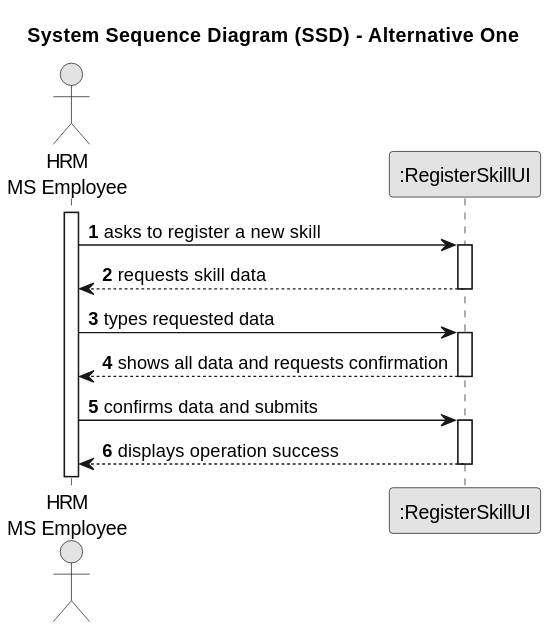
Earlier version of the PlantUML export docs/sprintA/us001/01.requirements-engineering/svg/us001-system-sequence-diagram.svg (Rui-San/LAPR2_2023_2024). Source of this version:
```plantuml
@startuml
skinparam monochrome true
skinparam packageStyle rectangle
skinparam shadowing false

title System Sequence Diagram (SSD) - Alternative One

autonumber

actor "HRM\nMS Employee" as Employee
participant ":RegisterSkillUI" as System

activate Employee

    Employee -> System : asks to register a new skill
    activate System

        System --> Employee : requests skill data
    deactivate System

    Employee -> System : types requested data
    activate System

        System --> Employee : shows all data and requests confirmation
    deactivate System

    Employee -> System : confirms data and submits
    activate System

        System --> Employee : displays operation success
    deactivate System
@enduml
```
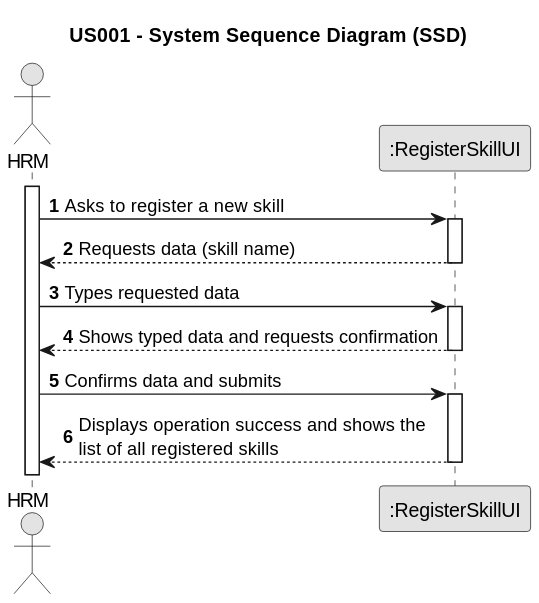
After the commit.

The edit, as a diff of the source:
```diff
@@ -3,30 +3,30 @@
 skinparam packageStyle rectangle
 skinparam shadowing false
 
-title System Sequence Diagram (SSD) - Alternative One
+title US001 - System Sequence Diagram (SSD)
 
 autonumber
 
-actor "HRM\nMS Employee" as Employee
+actor "HRM" as Employee
 participant ":RegisterSkillUI" as System
 
 activate Employee
 
-    Employee -> System : asks to register a new skill
+    Employee -> System : Asks to register a new skill
     activate System
 
-        System --> Employee : requests skill data
+        System --> Employee : Requests data (skill name)
     deactivate System
 
-    Employee -> System : types requested data
+    Employee -> System : Types requested data
     activate System
 
-        System --> Employee : shows all data and requests confirmation
+        System --> Employee : Shows typed data and requests confirmation
     deactivate System
 
-    Employee -> System : confirms data and submits
+    Employee -> System : Confirms data and submits
     activate System
 
-        System --> Employee : displays operation success
+        System --> Employee : Displays operation success and shows the \nlist of all registered skills
     deactivate System
 @enduml
```
